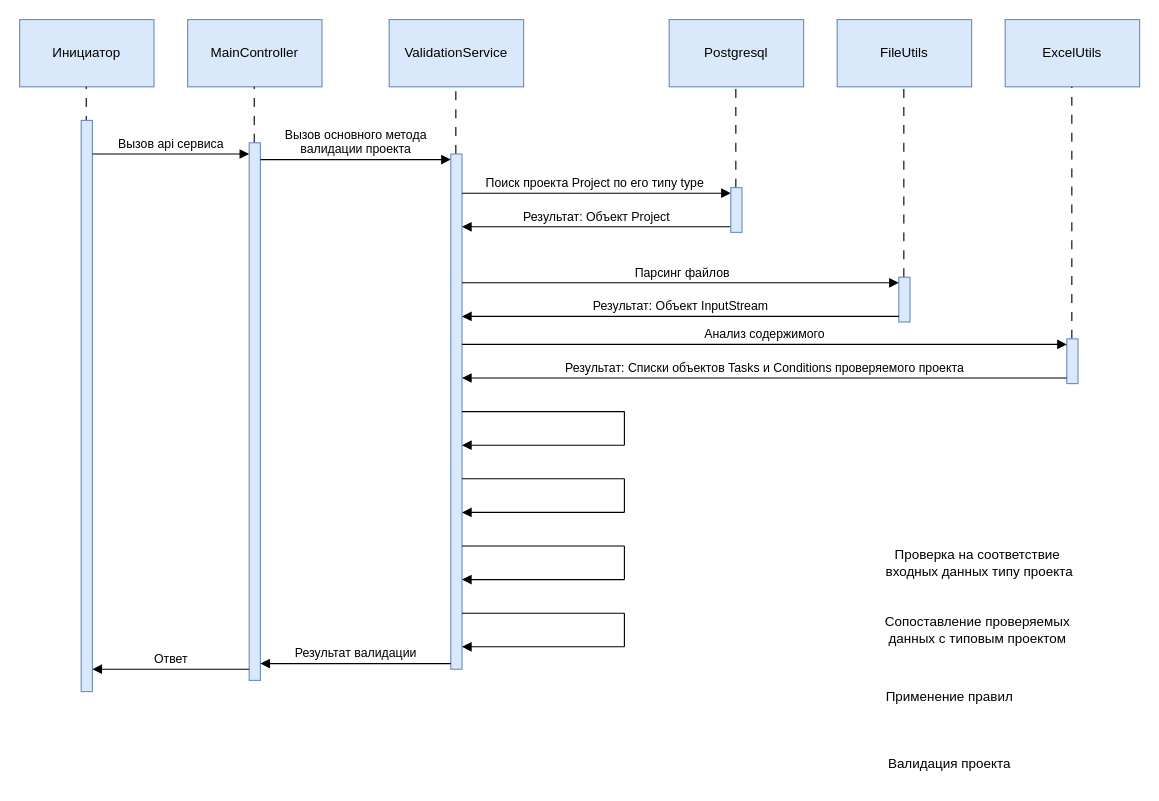
arcegor/planner keeps this draw.io diagram as page "Page-1" (1 of 6) of src/main/resources/files/все диаграммы в редактируемом виде.drawio. Above is the earlier version. Source tidied: cells renumbered, new cells numbered last; positions are measured from the earlier drawing's top-left corner, leaving out a move shared by most shapes. Both pictures are drawn from the tidied source at 112%, with x=0, y=0 at pixel (19, 19).
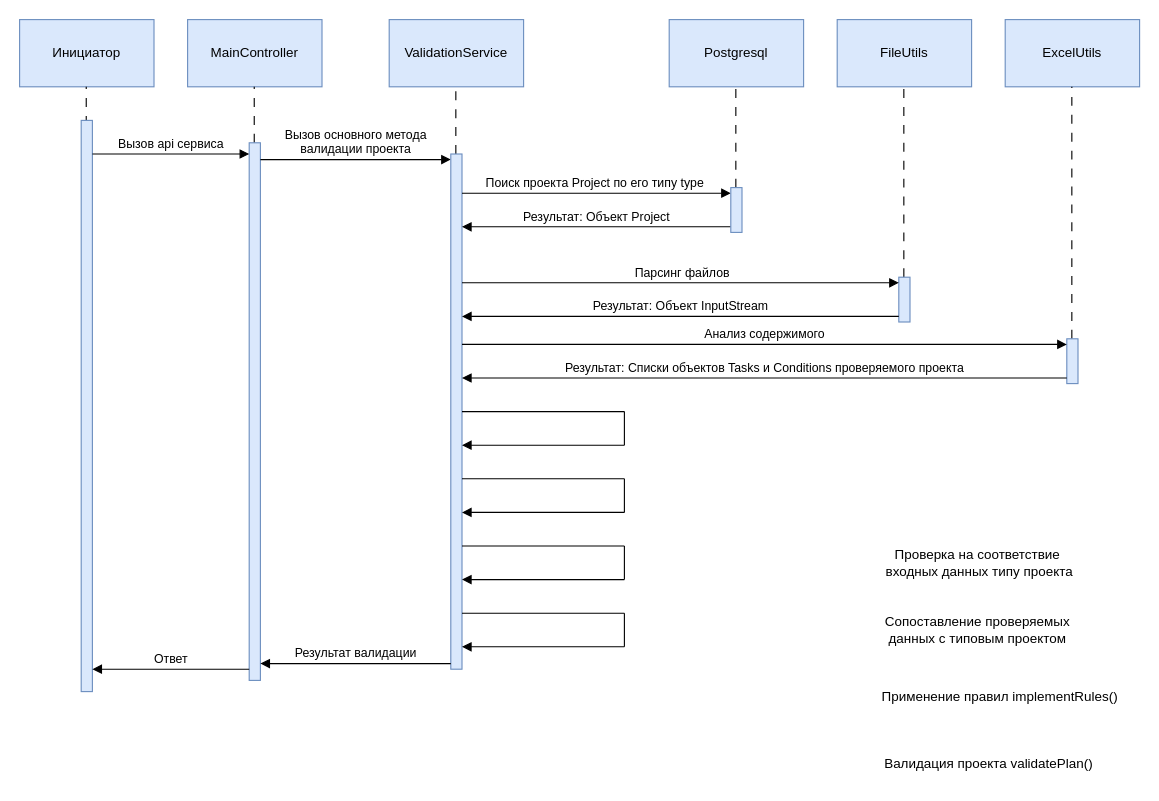
The same diagram, later.

Diff of the diagram source:
```diff
@@
-    <mxCell id="18" value="Применение правил" style="text;html=1;align=center;verticalAlign=middle;strokeColor=none;fillColor=none;rounded=0;rotation=0;" parent="1" vertex="1">
-      <mxGeometry x="570" y="730" width="140" height="30" relative="1" as="geometry">
+    <mxCell id="18" value="Применение правил implementRules()" style="text;html=1;align=center;verticalAlign=middle;strokeColor=none;fillColor=none;rounded=0;rotation=0;" parent="1" vertex="1">
+      <mxGeometry x="570" y="730" width="230" height="30" relative="1" as="geometry">
         <mxPoint x="760" y="590" as="offset" />
       </mxGeometry>
     </mxCell>
@@
-    <mxCell id="48" value="Валидация проекта" style="text;html=1;align=center;verticalAlign=middle;strokeColor=none;fillColor=none;rounded=0;rotation=0;" parent="1" vertex="1">
-      <mxGeometry x="570" y="730" width="130" height="30" relative="1" as="geometry">
-        <mxPoint x="765" y="650" as="offset" />
+    <mxCell id="48" value="Валидация проекта validatePlan()" style="text;html=1;align=center;verticalAlign=middle;strokeColor=none;fillColor=none;rounded=0;rotation=0;" parent="1" vertex="1">
+      <mxGeometry x="570" y="730" width="210" height="30" relative="1" as="geometry">
+        <mxPoint x="760" y="650" as="offset" />
       </mxGeometry>
     </mxCell>
```
